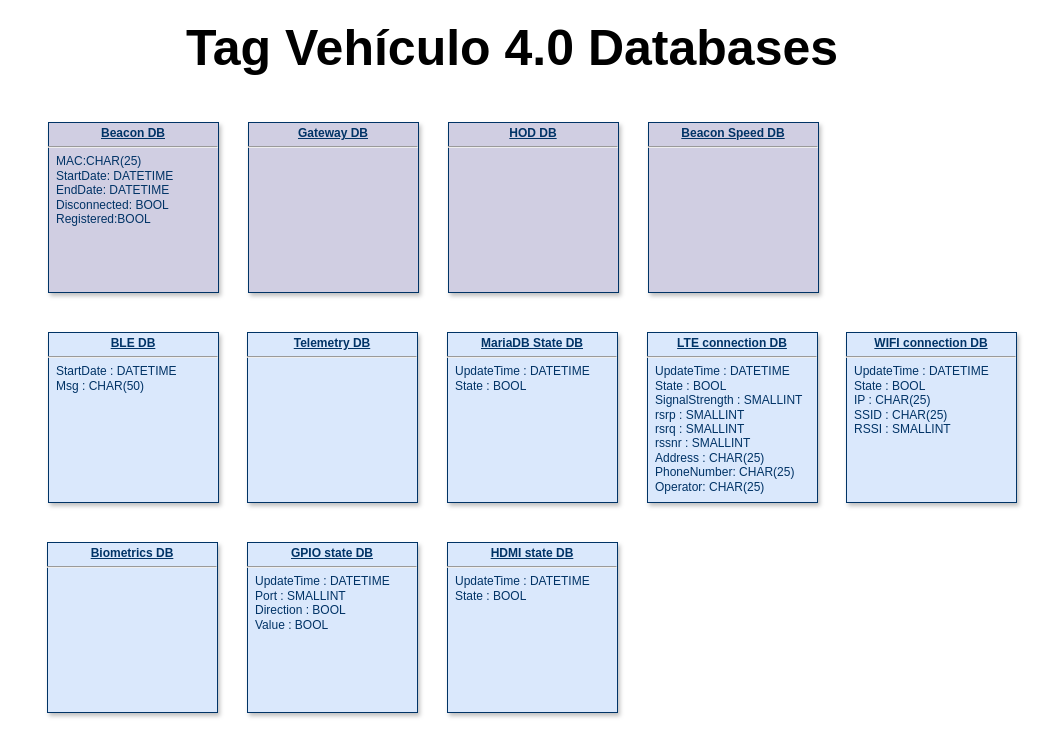
CesarRodriguez14/Tag_Vehiculo_4_0_Diagramas keeps this draw.io diagram as Bases de datos de Tag Vehiculo 4_0.drawio. Above is the earlier version. Source tidied: cells renumbered, new cells numbered last; positions are measured from the earlier drawing's top-left corner, leaving out a move shared by most shapes. Both pictures are drawn from the tidied source at 100%, with x=0, y=0 at pixel (17, 22).
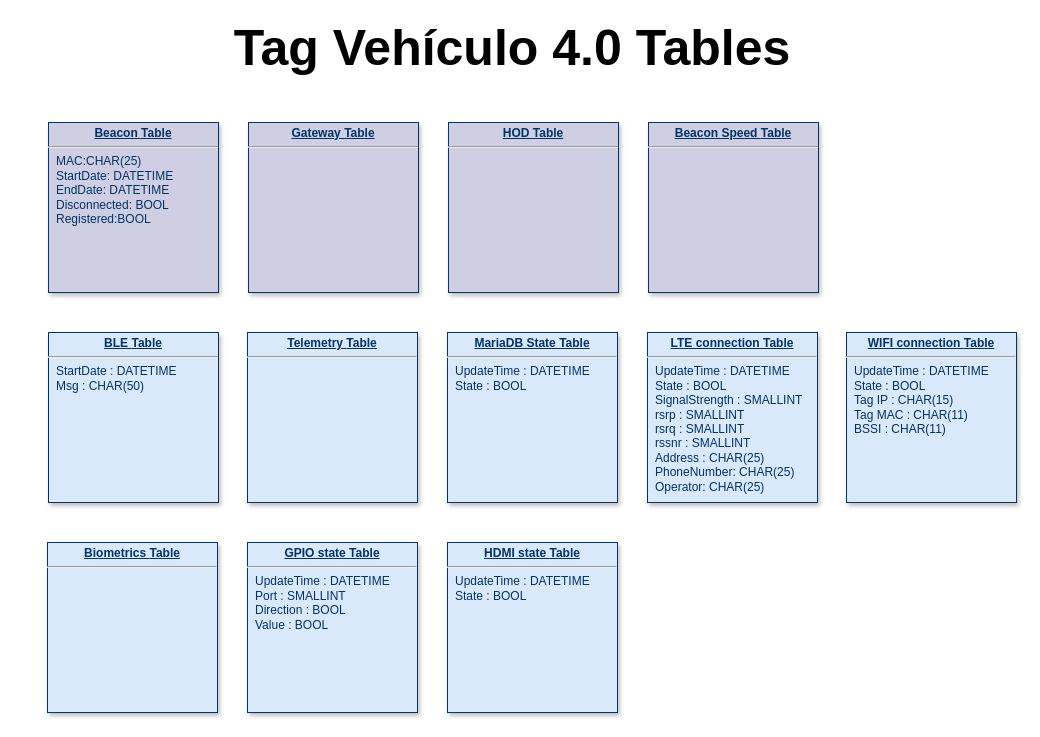
The same diagram, later.

Change to the diagram source:
```diff
@@
 <mxGraphModel>
   <root>
     <mxCell id="0" />
     <mxCell id="1" parent="0" />
-    <mxCell id="2" value="&lt;p style=&quot;margin: 0px; margin-top: 4px; text-align: center; text-decoration: underline;&quot;&gt;&lt;b&gt;BLE DB&lt;/b&gt;&lt;/p&gt;&lt;hr&gt;&lt;p style=&quot;margin: 0px; margin-left: 8px;&quot;&gt;StartDate : DATETIME&lt;/p&gt;&lt;p style=&quot;margin: 0px; margin-left: 8px;&quot;&gt;Msg : CHAR(50)&lt;/p&gt;" style="verticalAlign=top;align=left;overflow=fill;fontSize=12;fontFamily=Helvetica;html=1;strokeColor=#003366;shadow=1;fillColor=#DAE8FC;fontColor=#003366;" parent="1" vertex="1">
+    <mxCell id="2" value="&lt;p style=&quot;margin: 0px; margin-top: 4px; text-align: center; text-decoration: underline;&quot;&gt;&lt;b&gt;BLE&amp;nbsp;&lt;/b&gt;&lt;b style=&quot;background-color: initial;&quot;&gt;Table&lt;/b&gt;&lt;/p&gt;&lt;hr&gt;&lt;p style=&quot;margin: 0px; margin-left: 8px;&quot;&gt;StartDate : DATETIME&lt;/p&gt;&lt;p style=&quot;margin: 0px; margin-left: 8px;&quot;&gt;Msg : CHAR(50)&lt;/p&gt;" style="verticalAlign=top;align=left;overflow=fill;fontSize=12;fontFamily=Helvetica;html=1;strokeColor=#003366;shadow=1;fillColor=#DAE8FC;fontColor=#003366;" parent="1" vertex="1">
       <mxGeometry x="31" y="310" width="170" height="170" as="geometry" />
     </mxCell>
-    <mxCell id="3" value="&lt;p style=&quot;margin: 0px; margin-top: 4px; text-align: center; text-decoration: underline;&quot;&gt;&lt;b&gt;Beacon DB&lt;/b&gt;&lt;/p&gt;&lt;hr&gt;&lt;p style=&quot;margin: 0px; margin-left: 8px;&quot;&gt;MAC:CHAR(25)&lt;/p&gt;&lt;p style=&quot;margin: 0px; margin-left: 8px;&quot;&gt;StartDate: DATETIME&lt;/p&gt;&lt;p style=&quot;margin: 0px; margin-left: 8px;&quot;&gt;EndDate: DATETIME&lt;/p&gt;&lt;p style=&quot;margin: 0px; margin-left: 8px;&quot;&gt;Disconnected: BOOL&lt;/p&gt;&lt;p style=&quot;margin: 0px; margin-left: 8px;&quot;&gt;Registered:BOOL&lt;/p&gt;" style="verticalAlign=top;align=left;overflow=fill;fontSize=12;fontFamily=Helvetica;html=1;strokeColor=#003366;shadow=1;fillColor=#D0CEE2;fontColor=#003366;" parent="1" vertex="1">
+    <mxCell id="3" value="&lt;p style=&quot;margin: 0px; margin-top: 4px; text-align: center; text-decoration: underline;&quot;&gt;&lt;b&gt;Beacon Table&lt;/b&gt;&lt;/p&gt;&lt;hr&gt;&lt;p style=&quot;margin: 0px; margin-left: 8px;&quot;&gt;MAC:CHAR(25)&lt;/p&gt;&lt;p style=&quot;margin: 0px; margin-left: 8px;&quot;&gt;StartDate: DATETIME&lt;/p&gt;&lt;p style=&quot;margin: 0px; margin-left: 8px;&quot;&gt;EndDate: DATETIME&lt;/p&gt;&lt;p style=&quot;margin: 0px; margin-left: 8px;&quot;&gt;Disconnected: BOOL&lt;/p&gt;&lt;p style=&quot;margin: 0px; margin-left: 8px;&quot;&gt;Registered:BOOL&lt;/p&gt;" style="verticalAlign=top;align=left;overflow=fill;fontSize=12;fontFamily=Helvetica;html=1;strokeColor=#003366;shadow=1;fillColor=#D0CEE2;fontColor=#003366;" parent="1" vertex="1">
       <mxGeometry x="31" y="100" width="170" height="170" as="geometry" />
     </mxCell>
-    <mxCell id="4" value="&lt;p style=&quot;margin: 0px; margin-top: 4px; text-align: center; text-decoration: underline;&quot;&gt;&lt;b&gt;Gateway DB&lt;/b&gt;&lt;/p&gt;&lt;hr&gt;&lt;p style=&quot;margin: 0px; margin-left: 8px;&quot;&gt;&lt;br&gt;&lt;/p&gt;" style="verticalAlign=top;align=left;overflow=fill;fontSize=12;fontFamily=Helvetica;html=1;strokeColor=#003366;shadow=1;fillColor=#D0CEE2;fontColor=#003366;" parent="1" vertex="1">
+    <mxCell id="4" value="&lt;p style=&quot;margin: 0px; margin-top: 4px; text-align: center; text-decoration: underline;&quot;&gt;&lt;b&gt;Gateway&amp;nbsp;&lt;/b&gt;&lt;b style=&quot;background-color: initial;&quot;&gt;Table&lt;/b&gt;&lt;/p&gt;&lt;hr&gt;&lt;p style=&quot;margin: 0px; margin-left: 8px;&quot;&gt;&lt;br&gt;&lt;/p&gt;" style="verticalAlign=top;align=left;overflow=fill;fontSize=12;fontFamily=Helvetica;html=1;strokeColor=#003366;shadow=1;fillColor=#D0CEE2;fontColor=#003366;" parent="1" vertex="1">
       <mxGeometry x="231" y="100" width="170" height="170" as="geometry" />
     </mxCell>
-    <mxCell id="5" value="&lt;p style=&quot;margin: 0px; margin-top: 4px; text-align: center; text-decoration: underline;&quot;&gt;&lt;b&gt;HOD DB&lt;/b&gt;&lt;/p&gt;&lt;hr&gt;&lt;p style=&quot;margin: 0px; margin-left: 8px;&quot;&gt;&lt;br&gt;&lt;/p&gt;" style="verticalAlign=top;align=left;overflow=fill;fontSize=12;fontFamily=Helvetica;html=1;strokeColor=#003366;shadow=1;fillColor=#D0CEE2;fontColor=#003366;" parent="1" vertex="1">
+    <mxCell id="5" value="&lt;p style=&quot;margin: 0px; margin-top: 4px; text-align: center; text-decoration: underline;&quot;&gt;&lt;b&gt;HOD&amp;nbsp;&lt;/b&gt;&lt;b style=&quot;background-color: initial;&quot;&gt;Table&lt;/b&gt;&lt;/p&gt;&lt;hr&gt;&lt;p style=&quot;margin: 0px; margin-left: 8px;&quot;&gt;&lt;br&gt;&lt;/p&gt;" style="verticalAlign=top;align=left;overflow=fill;fontSize=12;fontFamily=Helvetica;html=1;strokeColor=#003366;shadow=1;fillColor=#D0CEE2;fontColor=#003366;" parent="1" vertex="1">
       <mxGeometry x="431" y="100" width="170" height="170" as="geometry" />
     </mxCell>
-    <mxCell id="6" value="&lt;p style=&quot;margin: 0px; margin-top: 4px; text-align: center; text-decoration: underline;&quot;&gt;&lt;b&gt;Beacon Speed DB&lt;/b&gt;&lt;/p&gt;&lt;hr&gt;&lt;p style=&quot;margin: 0px; margin-left: 8px;&quot;&gt;&lt;br&gt;&lt;/p&gt;" style="verticalAlign=top;align=left;overflow=fill;fontSize=12;fontFamily=Helvetica;html=1;strokeColor=#003366;shadow=1;fillColor=#D0CEE2;fontColor=#003366;" parent="1" vertex="1">
+    <mxCell id="6" value="&lt;p style=&quot;margin: 0px; margin-top: 4px; text-align: center; text-decoration: underline;&quot;&gt;&lt;b&gt;Beacon Speed&amp;nbsp;&lt;/b&gt;&lt;b style=&quot;background-color: initial;&quot;&gt;Table&lt;/b&gt;&lt;/p&gt;&lt;hr&gt;&lt;p style=&quot;margin: 0px; margin-left: 8px;&quot;&gt;&lt;br&gt;&lt;/p&gt;" style="verticalAlign=top;align=left;overflow=fill;fontSize=12;fontFamily=Helvetica;html=1;strokeColor=#003366;shadow=1;fillColor=#D0CEE2;fontColor=#003366;" parent="1" vertex="1">
       <mxGeometry x="631" y="100" width="170" height="170" as="geometry" />
     </mxCell>
-    <mxCell id="7" value="&lt;p style=&quot;margin: 0px; margin-top: 4px; text-align: center; text-decoration: underline;&quot;&gt;&lt;b&gt;GPIO state DB&lt;/b&gt;&lt;/p&gt;&lt;hr&gt;&lt;p style=&quot;margin: 0px; margin-left: 8px;&quot;&gt;UpdateTime : DATETIME&lt;br&gt;&lt;/p&gt;&lt;p style=&quot;margin: 0px; margin-left: 8px;&quot;&gt;Port : SMALLINT&lt;/p&gt;&lt;p style=&quot;margin: 0px; margin-left: 8px;&quot;&gt;Direction : BOOL&lt;/p&gt;&lt;p style=&quot;margin: 0px; margin-left: 8px;&quot;&gt;Value : BOOL&lt;/p&gt;" style="verticalAlign=top;align=left;overflow=fill;fontSize=12;fontFamily=Helvetica;html=1;strokeColor=#003366;shadow=1;fillColor=#DAE8FC;fontColor=#003366;" parent="1" vertex="1">
+    <mxCell id="7" value="&lt;p style=&quot;margin: 0px; margin-top: 4px; text-align: center; text-decoration: underline;&quot;&gt;&lt;b&gt;GPIO state&amp;nbsp;&lt;/b&gt;&lt;b style=&quot;background-color: initial;&quot;&gt;Table&lt;/b&gt;&lt;/p&gt;&lt;hr&gt;&lt;p style=&quot;margin: 0px; margin-left: 8px;&quot;&gt;UpdateTime : DATETIME&lt;br&gt;&lt;/p&gt;&lt;p style=&quot;margin: 0px; margin-left: 8px;&quot;&gt;Port : SMALLINT&lt;/p&gt;&lt;p style=&quot;margin: 0px; margin-left: 8px;&quot;&gt;Direction : BOOL&lt;/p&gt;&lt;p style=&quot;margin: 0px; margin-left: 8px;&quot;&gt;Value : BOOL&lt;/p&gt;" style="verticalAlign=top;align=left;overflow=fill;fontSize=12;fontFamily=Helvetica;html=1;strokeColor=#003366;shadow=1;fillColor=#DAE8FC;fontColor=#003366;" parent="1" vertex="1">
       <mxGeometry x="230" y="520" width="170" height="170" as="geometry" />
     </mxCell>
-    <mxCell id="8" value="&lt;p style=&quot;margin: 0px; margin-top: 4px; text-align: center; text-decoration: underline;&quot;&gt;&lt;b&gt;HDMI state DB&lt;/b&gt;&lt;/p&gt;&lt;hr&gt;&lt;p style=&quot;margin: 0px 0px 0px 8px;&quot;&gt;UpdateTime : DATETIME&lt;/p&gt;&lt;p style=&quot;margin: 0px 0px 0px 8px;&quot;&gt;State : BOOL&lt;/p&gt;&lt;p style=&quot;margin: 0px 0px 0px 8px;&quot;&gt;&lt;br&gt;&lt;/p&gt;" style="verticalAlign=top;align=left;overflow=fill;fontSize=12;fontFamily=Helvetica;html=1;strokeColor=#003366;shadow=1;fillColor=#DAE8FC;fontColor=#003366;" parent="1" vertex="1">
+    <mxCell id="8" value="&lt;p style=&quot;margin: 0px; margin-top: 4px; text-align: center; text-decoration: underline;&quot;&gt;&lt;b&gt;HDMI state&amp;nbsp;&lt;/b&gt;&lt;b style=&quot;background-color: initial;&quot;&gt;Table&lt;/b&gt;&lt;/p&gt;&lt;hr&gt;&lt;p style=&quot;margin: 0px 0px 0px 8px;&quot;&gt;UpdateTime : DATETIME&lt;/p&gt;&lt;p style=&quot;margin: 0px 0px 0px 8px;&quot;&gt;State : BOOL&lt;/p&gt;&lt;p style=&quot;margin: 0px 0px 0px 8px;&quot;&gt;&lt;br&gt;&lt;/p&gt;" style="verticalAlign=top;align=left;overflow=fill;fontSize=12;fontFamily=Helvetica;html=1;strokeColor=#003366;shadow=1;fillColor=#DAE8FC;fontColor=#003366;" parent="1" vertex="1">
       <mxGeometry x="430" y="520" width="170" height="170" as="geometry" />
     </mxCell>
-    <mxCell id="9" value="&lt;p style=&quot;margin: 0px; margin-top: 4px; text-align: center; text-decoration: underline;&quot;&gt;&lt;b&gt;Telemetry DB&lt;/b&gt;&lt;/p&gt;&lt;hr&gt;&lt;p style=&quot;margin: 0px; margin-left: 8px;&quot;&gt;&lt;br&gt;&lt;/p&gt;" style="verticalAlign=top;align=left;overflow=fill;fontSize=12;fontFamily=Helvetica;html=1;strokeColor=#003366;shadow=1;fillColor=#DAE8FC;fontColor=#003366;" parent="1" vertex="1">
+    <mxCell id="9" value="&lt;p style=&quot;margin: 0px; margin-top: 4px; text-align: center; text-decoration: underline;&quot;&gt;&lt;b&gt;Telemetry&amp;nbsp;&lt;/b&gt;&lt;b style=&quot;background-color: initial;&quot;&gt;Table&lt;/b&gt;&lt;/p&gt;&lt;hr&gt;&lt;p style=&quot;margin: 0px; margin-left: 8px;&quot;&gt;&lt;br&gt;&lt;/p&gt;" style="verticalAlign=top;align=left;overflow=fill;fontSize=12;fontFamily=Helvetica;html=1;strokeColor=#003366;shadow=1;fillColor=#DAE8FC;fontColor=#003366;" parent="1" vertex="1">
       <mxGeometry x="230" y="310" width="170" height="170" as="geometry" />
     </mxCell>
-    <mxCell id="10" value="&lt;p style=&quot;margin: 0px; margin-top: 4px; text-align: center; text-decoration: underline;&quot;&gt;&lt;b&gt;LTE connection DB&lt;/b&gt;&lt;/p&gt;&lt;hr&gt;&lt;p style=&quot;margin: 0px; margin-left: 8px;&quot;&gt;UpdateTime : DATETIME&lt;br&gt;&lt;/p&gt;&lt;p style=&quot;margin: 0px; margin-left: 8px;&quot;&gt;State : BOOL&lt;/p&gt;&lt;p style=&quot;margin: 0px; margin-left: 8px;&quot;&gt;SignalStrength : SMALLINT&lt;/p&gt;&lt;p style=&quot;margin: 0px; margin-left: 8px;&quot;&gt;rsrp : SMALLINT&lt;/p&gt;&lt;p style=&quot;margin: 0px; margin-left: 8px;&quot;&gt;rsrq : SMALLINT&lt;/p&gt;&lt;p style=&quot;margin: 0px; margin-left: 8px;&quot;&gt;rssnr : SMALLINT&lt;/p&gt;&lt;p style=&quot;margin: 0px; margin-left: 8px;&quot;&gt;Address : CHAR(25)&amp;nbsp;&lt;/p&gt;&lt;p style=&quot;margin: 0px; margin-left: 8px;&quot;&gt;PhoneNumber: CHAR(25)&lt;/p&gt;&lt;p style=&quot;margin: 0px; margin-left: 8px;&quot;&gt;Operator: CHAR(25)&lt;/p&gt;" style="verticalAlign=top;align=left;overflow=fill;fontSize=12;fontFamily=Helvetica;html=1;strokeColor=#003366;shadow=1;fillColor=#DAE8FC;fontColor=#003366;" parent="1" vertex="1">
+    <mxCell id="10" value="&lt;p style=&quot;margin: 0px; margin-top: 4px; text-align: center; text-decoration: underline;&quot;&gt;&lt;b&gt;LTE connection&amp;nbsp;&lt;/b&gt;&lt;b style=&quot;background-color: initial;&quot;&gt;Table&lt;/b&gt;&lt;/p&gt;&lt;hr&gt;&lt;p style=&quot;margin: 0px; margin-left: 8px;&quot;&gt;UpdateTime : DATETIME&lt;br&gt;&lt;/p&gt;&lt;p style=&quot;margin: 0px; margin-left: 8px;&quot;&gt;State : BOOL&lt;/p&gt;&lt;p style=&quot;margin: 0px; margin-left: 8px;&quot;&gt;SignalStrength : SMALLINT&lt;/p&gt;&lt;p style=&quot;margin: 0px; margin-left: 8px;&quot;&gt;rsrp : SMALLINT&lt;/p&gt;&lt;p style=&quot;margin: 0px; margin-left: 8px;&quot;&gt;rsrq : SMALLINT&lt;/p&gt;&lt;p style=&quot;margin: 0px; margin-left: 8px;&quot;&gt;rssnr : SMALLINT&lt;/p&gt;&lt;p style=&quot;margin: 0px; margin-left: 8px;&quot;&gt;Address : CHAR(25)&amp;nbsp;&lt;/p&gt;&lt;p style=&quot;margin: 0px; margin-left: 8px;&quot;&gt;PhoneNumber: CHAR(25)&lt;/p&gt;&lt;p style=&quot;margin: 0px; margin-left: 8px;&quot;&gt;Operator: CHAR(25)&lt;/p&gt;" style="verticalAlign=top;align=left;overflow=fill;fontSize=12;fontFamily=Helvetica;html=1;strokeColor=#003366;shadow=1;fillColor=#DAE8FC;fontColor=#003366;" parent="1" vertex="1">
       <mxGeometry x="630" y="310" width="170" height="170" as="geometry" />
     </mxCell>
-    <mxCell id="11" value="&lt;p style=&quot;margin: 0px; margin-top: 4px; text-align: center; text-decoration: underline;&quot;&gt;&lt;b&gt;Biometrics DB&lt;/b&gt;&lt;/p&gt;&lt;hr&gt;&lt;p style=&quot;margin: 0px; margin-left: 8px;&quot;&gt;&lt;br&gt;&lt;/p&gt;" style="verticalAlign=top;align=left;overflow=fill;fontSize=12;fontFamily=Helvetica;html=1;strokeColor=#003366;shadow=1;fillColor=#DAE8FC;fontColor=#003366;" parent="1" vertex="1">
+    <mxCell id="11" value="&lt;p style=&quot;margin: 0px; margin-top: 4px; text-align: center; text-decoration: underline;&quot;&gt;&lt;b&gt;Biometrics&amp;nbsp;&lt;/b&gt;&lt;b style=&quot;background-color: initial;&quot;&gt;Table&lt;/b&gt;&lt;/p&gt;&lt;hr&gt;&lt;p style=&quot;margin: 0px; margin-left: 8px;&quot;&gt;&lt;br&gt;&lt;/p&gt;" style="verticalAlign=top;align=left;overflow=fill;fontSize=12;fontFamily=Helvetica;html=1;strokeColor=#003366;shadow=1;fillColor=#DAE8FC;fontColor=#003366;" parent="1" vertex="1">
       <mxGeometry x="30" y="520" width="170" height="170" as="geometry" />
     </mxCell>
-    <mxCell id="12" value="&lt;p style=&quot;margin: 0px; margin-top: 4px; text-align: center; text-decoration: underline;&quot;&gt;&lt;b&gt;MariaDB State DB&lt;/b&gt;&lt;/p&gt;&lt;hr&gt;&lt;p style=&quot;margin: 0px 0px 0px 8px;&quot;&gt;UpdateTime : DATETIME&lt;/p&gt;&lt;p style=&quot;margin: 0px 0px 0px 8px;&quot;&gt;State : BOOL&lt;/p&gt;&lt;p style=&quot;margin: 0px 0px 0px 8px;&quot;&gt;&lt;br&gt;&lt;/p&gt;" style="verticalAlign=top;align=left;overflow=fill;fontSize=12;fontFamily=Helvetica;html=1;strokeColor=#003366;shadow=1;fillColor=#DAE8FC;fontColor=#003366;" parent="1" vertex="1">
+    <mxCell id="12" value="&lt;p style=&quot;margin: 0px; margin-top: 4px; text-align: center; text-decoration: underline;&quot;&gt;&lt;b&gt;MariaDB State&amp;nbsp;&lt;/b&gt;&lt;b style=&quot;background-color: initial;&quot;&gt;Table&lt;/b&gt;&lt;/p&gt;&lt;hr&gt;&lt;p style=&quot;margin: 0px 0px 0px 8px;&quot;&gt;UpdateTime : DATETIME&lt;/p&gt;&lt;p style=&quot;margin: 0px 0px 0px 8px;&quot;&gt;State : BOOL&lt;/p&gt;&lt;p style=&quot;margin: 0px 0px 0px 8px;&quot;&gt;&lt;br&gt;&lt;/p&gt;" style="verticalAlign=top;align=left;overflow=fill;fontSize=12;fontFamily=Helvetica;html=1;strokeColor=#003366;shadow=1;fillColor=#DAE8FC;fontColor=#003366;" parent="1" vertex="1">
       <mxGeometry x="430" y="310" width="170" height="170" as="geometry" />
     </mxCell>
-    <mxCell id="13" value="&lt;p style=&quot;margin: 0px; margin-top: 4px; text-align: center; text-decoration: underline;&quot;&gt;&lt;b&gt;WIFI connection DB&lt;/b&gt;&lt;/p&gt;&lt;hr&gt;&lt;p style=&quot;margin: 0px; margin-left: 8px;&quot;&gt;UpdateTime : DATETIME&lt;/p&gt;&lt;p style=&quot;margin: 0px; margin-left: 8px;&quot;&gt;State : BOOL&lt;/p&gt;&lt;p style=&quot;margin: 0px; margin-left: 8px;&quot;&gt;IP :&amp;nbsp;&lt;span style=&quot;background-color: initial;&quot;&gt;CHAR(25)&lt;/span&gt;&lt;/p&gt;&lt;p style=&quot;margin: 0px; margin-left: 8px;&quot;&gt;SSID : CHAR(25)&lt;/p&gt;&lt;p style=&quot;margin: 0px; margin-left: 8px;&quot;&gt;RSSI : SMALLINT&lt;/p&gt;&lt;p style=&quot;margin: 0px; margin-left: 8px;&quot;&gt;&lt;br&gt;&lt;/p&gt;" style="verticalAlign=top;align=left;overflow=fill;fontSize=12;fontFamily=Helvetica;html=1;strokeColor=#003366;shadow=1;fillColor=#DAE8FC;fontColor=#003366;" parent="1" vertex="1">
+    <mxCell id="13" value="&lt;p style=&quot;margin: 0px; margin-top: 4px; text-align: center; text-decoration: underline;&quot;&gt;&lt;b&gt;WIFI connection&amp;nbsp;&lt;/b&gt;&lt;b style=&quot;background-color: initial;&quot;&gt;Table&lt;/b&gt;&lt;/p&gt;&lt;hr&gt;&lt;p style=&quot;margin: 0px; margin-left: 8px;&quot;&gt;UpdateTime : DATETIME&lt;/p&gt;&lt;p style=&quot;margin: 0px; margin-left: 8px;&quot;&gt;State : BOOL&lt;/p&gt;&lt;p style=&quot;margin: 0px; margin-left: 8px;&quot;&gt;Tag IP :&amp;nbsp;&lt;span style=&quot;background-color: initial;&quot;&gt;CHAR(15)&lt;/span&gt;&lt;/p&gt;&lt;p style=&quot;margin: 0px; margin-left: 8px;&quot;&gt;Tag MAC : CHAR(11)&lt;/p&gt;&lt;p style=&quot;margin: 0px; margin-left: 8px;&quot;&gt;BSSI : CHAR(11)&lt;/p&gt;&lt;p style=&quot;margin: 0px; margin-left: 8px;&quot;&gt;&lt;br&gt;&lt;/p&gt;" style="verticalAlign=top;align=left;overflow=fill;fontSize=12;fontFamily=Helvetica;html=1;strokeColor=#003366;shadow=1;fillColor=#DAE8FC;fontColor=#003366;" parent="1" vertex="1">
       <mxGeometry x="829" y="310" width="170" height="170" as="geometry" />
     </mxCell>
-    <mxCell id="14" value="Tag Vehículo 4.0 Databases" style="text;html=1;align=center;verticalAlign=middle;whiteSpace=wrap;rounded=0;fontSize=50;fontStyle=1;" parent="1" vertex="1">
+    <mxCell id="14" value="Tag Vehículo 4.0 Tables" style="text;html=1;align=center;verticalAlign=middle;whiteSpace=wrap;rounded=0;fontSize=50;fontStyle=1;" parent="1" vertex="1">
       <mxGeometry width="990" height="50" as="geometry" />
     </mxCell>
   </root>
 </mxGraphModel>
```
